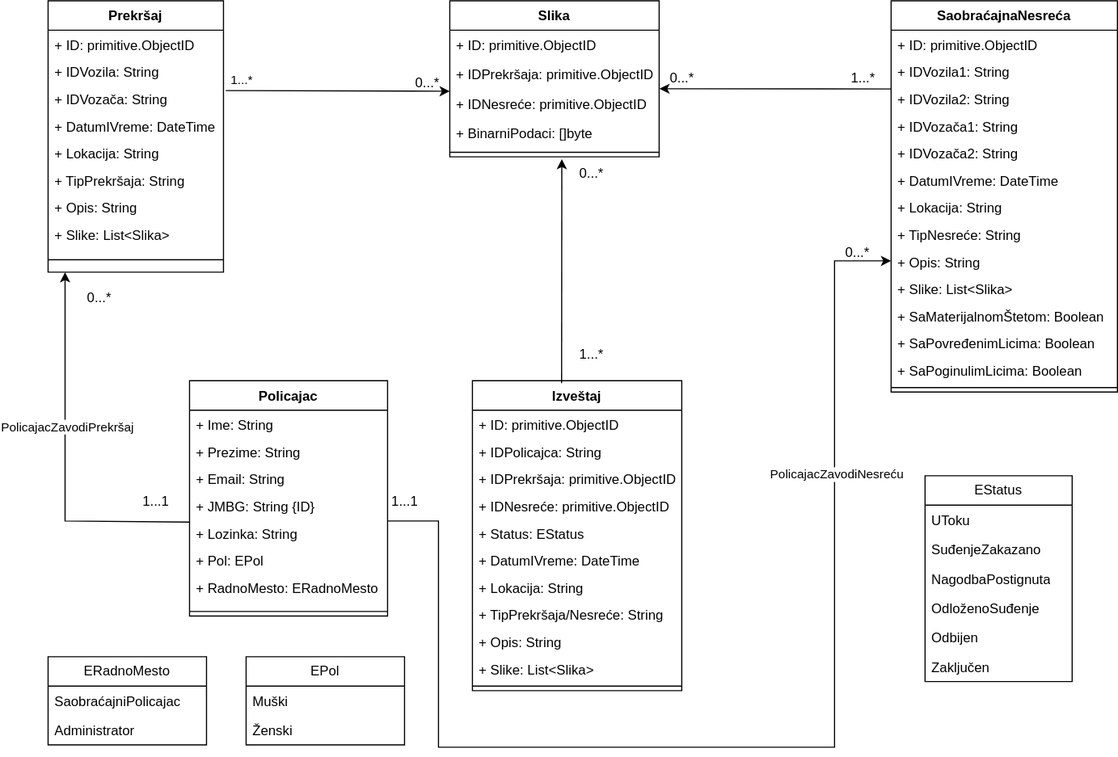
Before: Diagrams/SaobracajnaPolicija_ClassDiagram.svg, a diagram exported from draw.io (anna02272/EGovernment). Source tidied: cells renumbered, new cells last; positions are measured from the earlier drawing's top-left corner, leaving out a move shared by most shapes.
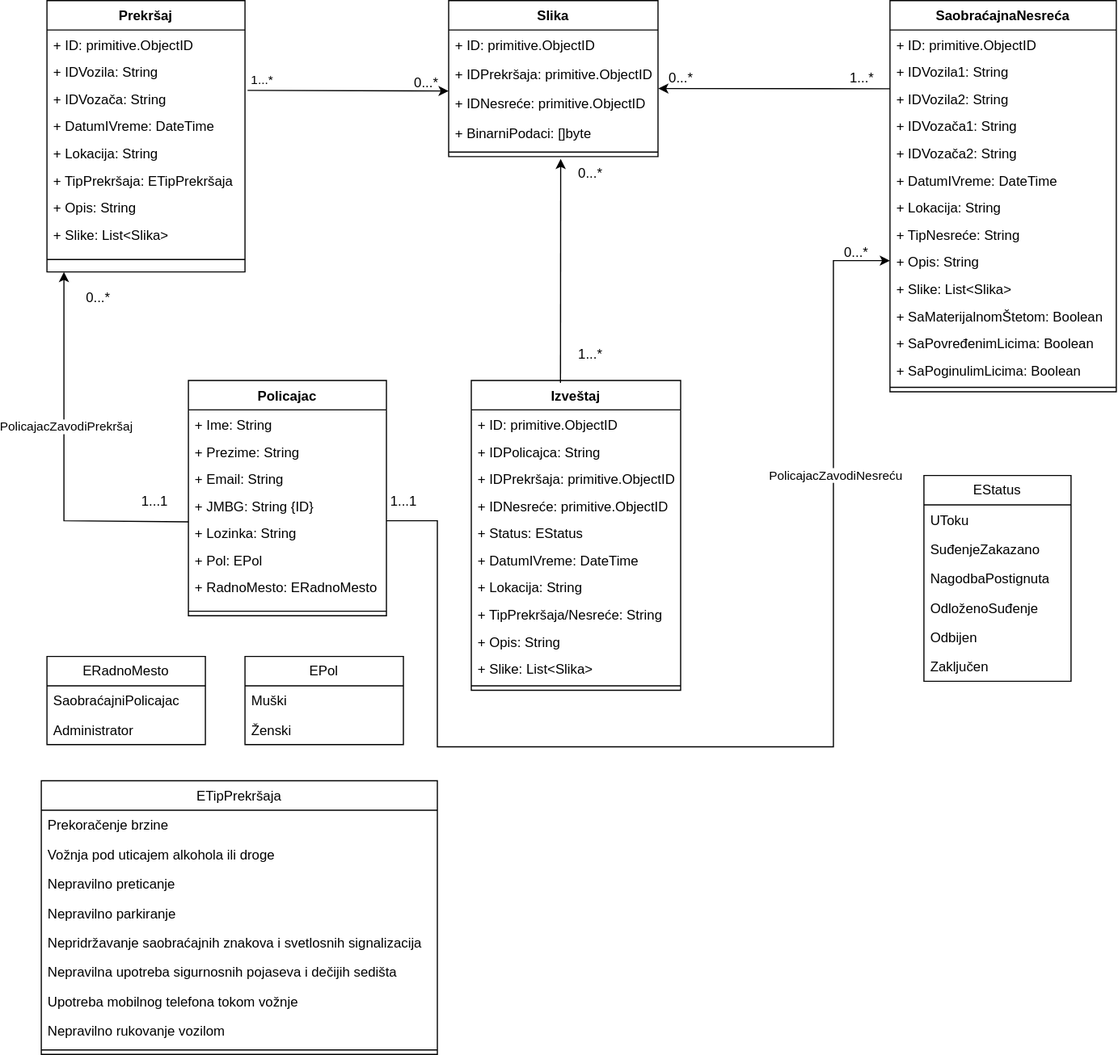
After the commit.

The edit, as a diff of the source:
```diff
@@ -48,34 +48,34 @@
       <mxGeometry y="52" width="140" height="26" as="geometry" />
     </mxCell>
     <mxCell id="17" value="Prekršaj" style="swimlane;fontStyle=1;align=center;verticalAlign=top;horizontal=1;startSize=26;whiteSpace=wrap;html=1;" parent="1" vertex="1">
-      <mxGeometry width="155" height="240" as="geometry" />
+      <mxGeometry width="175" height="240" as="geometry" />
     </mxCell>
     <mxCell id="18" value="+ ID: primitive.ObjectID" style="text;strokeColor=none;fillColor=none;align=left;verticalAlign=top;spacingLeft=4;spacingRight=4;overflow=hidden;whiteSpace=wrap;html=1;" parent="17" vertex="1">
-      <mxGeometry y="26" width="155" height="24" as="geometry" />
+      <mxGeometry y="26" width="175" height="24" as="geometry" />
     </mxCell>
     <mxCell id="19" value="+ IDVozila: String" style="text;strokeColor=none;fillColor=none;align=left;verticalAlign=top;spacingLeft=4;spacingRight=4;overflow=hidden;whiteSpace=wrap;html=1;" parent="17" vertex="1">
-      <mxGeometry y="50" width="155" height="24" as="geometry" />
+      <mxGeometry y="50" width="175" height="24" as="geometry" />
     </mxCell>
     <mxCell id="20" value="+ IDVozača: String" style="text;strokeColor=none;fillColor=none;align=left;verticalAlign=top;spacingLeft=4;spacingRight=4;overflow=hidden;points=[[0,0.5],[1,0.5]];portConstraint=eastwest;whiteSpace=wrap;html=1;" parent="17" vertex="1">
-      <mxGeometry y="74" width="155" height="24" as="geometry" />
+      <mxGeometry y="74" width="175" height="24" as="geometry" />
     </mxCell>
     <mxCell id="21" value="+ DatumIVreme: DateTime" style="text;strokeColor=none;fillColor=none;align=left;verticalAlign=top;spacingLeft=4;spacingRight=4;overflow=hidden;whiteSpace=wrap;html=1;" parent="17" vertex="1">
-      <mxGeometry y="98" width="155" height="24" as="geometry" />
+      <mxGeometry y="98" width="175" height="24" as="geometry" />
     </mxCell>
     <mxCell id="22" value="+ Lokacija: String" style="text;strokeColor=none;fillColor=none;align=left;verticalAlign=top;spacingLeft=4;spacingRight=4;overflow=hidden;whiteSpace=wrap;html=1;" parent="17" vertex="1">
-      <mxGeometry y="122" width="155" height="24" as="geometry" />
+      <mxGeometry y="122" width="175" height="24" as="geometry" />
     </mxCell>
-    <mxCell id="23" value="+ TipPrekršaja: String" style="text;strokeColor=none;fillColor=none;align=left;verticalAlign=top;spacingLeft=4;spacingRight=4;overflow=hidden;whiteSpace=wrap;html=1;" parent="17" vertex="1">
-      <mxGeometry y="146" width="155" height="24" as="geometry" />
+    <mxCell id="23" value="+ TipPrekršaja:&amp;nbsp;&lt;span style=&quot;text-align: center; text-wrap: nowrap;&quot;&gt;ETipPrekršaja&lt;/span&gt;" style="text;strokeColor=none;fillColor=none;align=left;verticalAlign=top;spacingLeft=4;spacingRight=4;overflow=hidden;whiteSpace=wrap;html=1;" parent="17" vertex="1">
+      <mxGeometry y="146" width="175" height="24" as="geometry" />
     </mxCell>
     <mxCell id="24" value="+ Opis: String" style="text;strokeColor=none;fillColor=none;align=left;verticalAlign=top;spacingLeft=4;spacingRight=4;overflow=hidden;whiteSpace=wrap;html=1;" parent="17" vertex="1">
-      <mxGeometry y="170" width="155" height="24" as="geometry" />
+      <mxGeometry y="170" width="175" height="24" as="geometry" />
     </mxCell>
     <mxCell id="25" value="+ Slike: List&amp;lt;Slika&amp;gt;" style="text;strokeColor=none;fillColor=none;align=left;verticalAlign=top;spacingLeft=4;spacingRight=4;overflow=hidden;whiteSpace=wrap;html=1;" parent="17" vertex="1">
-      <mxGeometry y="194" width="155" height="24" as="geometry" />
+      <mxGeometry y="194" width="175" height="24" as="geometry" />
     </mxCell>
     <mxCell id="26" style="line;strokeWidth=1;fillColor=none;align=left;verticalAlign=middle;spacingTop=-1;spacingLeft=3;spacingRight=3;labelPosition=right;strokeColor=inherit;" parent="17" vertex="1">
-      <mxGeometry y="218" width="155" height="22" as="geometry" />
+      <mxGeometry y="218" width="175" height="22" as="geometry" />
     </mxCell>
     <mxCell id="27" value="SaobraćajnaNesreća" style="swimlane;fontStyle=1;align=center;verticalAlign=top;horizontal=1;startSize=26;whiteSpace=wrap;html=1;" parent="1" vertex="1">
       <mxGeometry x="745" width="200" height="346" as="geometry" />
@@ -267,5 +267,35 @@
     <mxCell id="83" value="0...*" style="text;html=1;align=center;verticalAlign=middle;strokeColor=none;fillColor=none;" parent="1" vertex="1">
       <mxGeometry x="695" y="208" width="40" height="30" as="geometry" />
     </mxCell>
+    <mxCell id="84" value="ETipPrekršaja" style="swimlane;fontStyle=0;align=center;verticalAlign=top;horizontal=1;startSize=26;rounded=0;shadow=0;strokeWidth=1;" parent="1" vertex="1">
+      <mxGeometry x="-5" y="690" width="350" height="242" as="geometry" />
+    </mxCell>
+    <mxCell id="85" value="Prekoračenje brzine" style="text;align=left;verticalAlign=top;spacingLeft=4;spacingRight=4;overflow=hidden;" parent="84" vertex="1">
+      <mxGeometry y="26" width="350" height="26" as="geometry" />
+    </mxCell>
+    <mxCell id="86" value="Vožnja pod uticajem alkohola ili droge" style="text;align=left;verticalAlign=top;spacingLeft=4;spacingRight=4;overflow=hidden;" parent="84" vertex="1">
+      <mxGeometry y="52" width="350" height="26" as="geometry" />
+    </mxCell>
+    <mxCell id="87" value="Nepravilno preticanje&#10;" style="text;align=left;verticalAlign=top;spacingLeft=4;spacingRight=4;overflow=hidden;" parent="84" vertex="1">
+      <mxGeometry y="78" width="350" height="26" as="geometry" />
+    </mxCell>
+    <mxCell id="88" value="Nepravilno parkiranje&#10;" style="text;align=left;verticalAlign=top;spacingLeft=4;spacingRight=4;overflow=hidden;" parent="84" vertex="1">
+      <mxGeometry y="104" width="350" height="26" as="geometry" />
+    </mxCell>
+    <mxCell id="89" value="Nepridržavanje saobraćajnih znakova i svetlosnih signalizacija&#10;" style="text;align=left;verticalAlign=top;spacingLeft=4;spacingRight=4;overflow=hidden;" parent="84" vertex="1">
+      <mxGeometry y="130" width="350" height="26" as="geometry" />
+    </mxCell>
+    <mxCell id="90" value="Nepravilna upotreba sigurnosnih pojaseva i dečijih sedišta&#10;" style="text;align=left;verticalAlign=top;spacingLeft=4;spacingRight=4;overflow=hidden;" parent="84" vertex="1">
+      <mxGeometry y="156" width="350" height="26" as="geometry" />
+    </mxCell>
+    <mxCell id="91" value="Upotreba mobilnog telefona tokom vožnje&#10;&#10;" style="text;align=left;verticalAlign=top;spacingLeft=4;spacingRight=4;overflow=hidden;" parent="84" vertex="1">
+      <mxGeometry y="182" width="350" height="26" as="geometry" />
+    </mxCell>
+    <mxCell id="92" value="Nepravilno rukovanje vozilom&#10;" style="text;align=left;verticalAlign=top;spacingLeft=4;spacingRight=4;overflow=hidden;" parent="84" vertex="1">
+      <mxGeometry y="208" width="350" height="26" as="geometry" />
+    </mxCell>
+    <mxCell id="93" style="line;html=1;strokeWidth=1;align=left;verticalAlign=middle;spacingTop=-1;spacingLeft=3;spacingRight=3;labelPosition=right;" parent="84" vertex="1">
+      <mxGeometry y="234" width="350" height="8" as="geometry" />
+    </mxCell>
   </root>
 </mxGraphModel>
```
